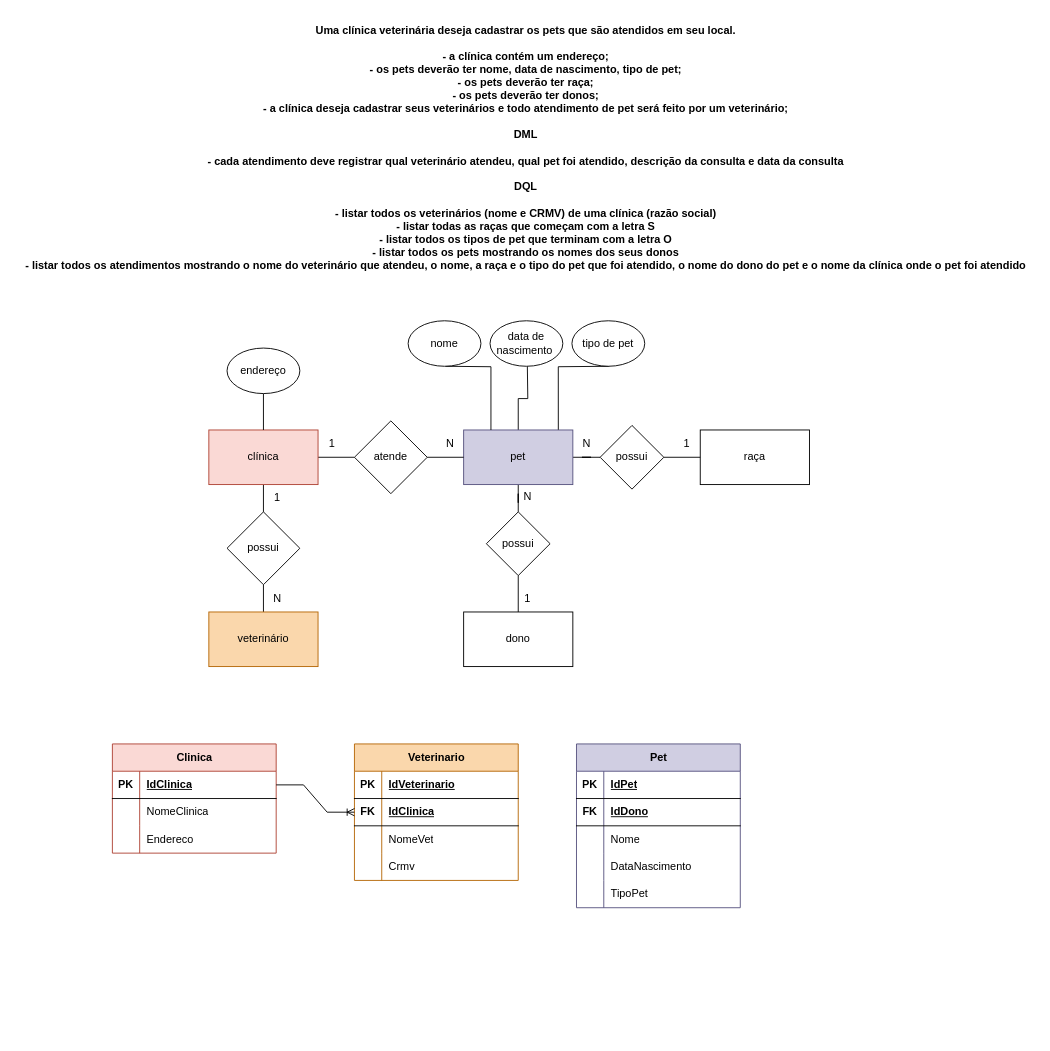
Before: exercícios/25.07/1.3/1.3 veterinaria.drawio in juliaathar/2DM-senai-sprint1-BD, a draw.io diagram. Source tidied: cells renumbered, new cells numbered last; positions are measured from the earlier drawing's top-left corner, leaving out a move shared by most shapes. Both pictures are drawn from the tidied source at 91%, with x=0, y=0 at pixel (15, 15).
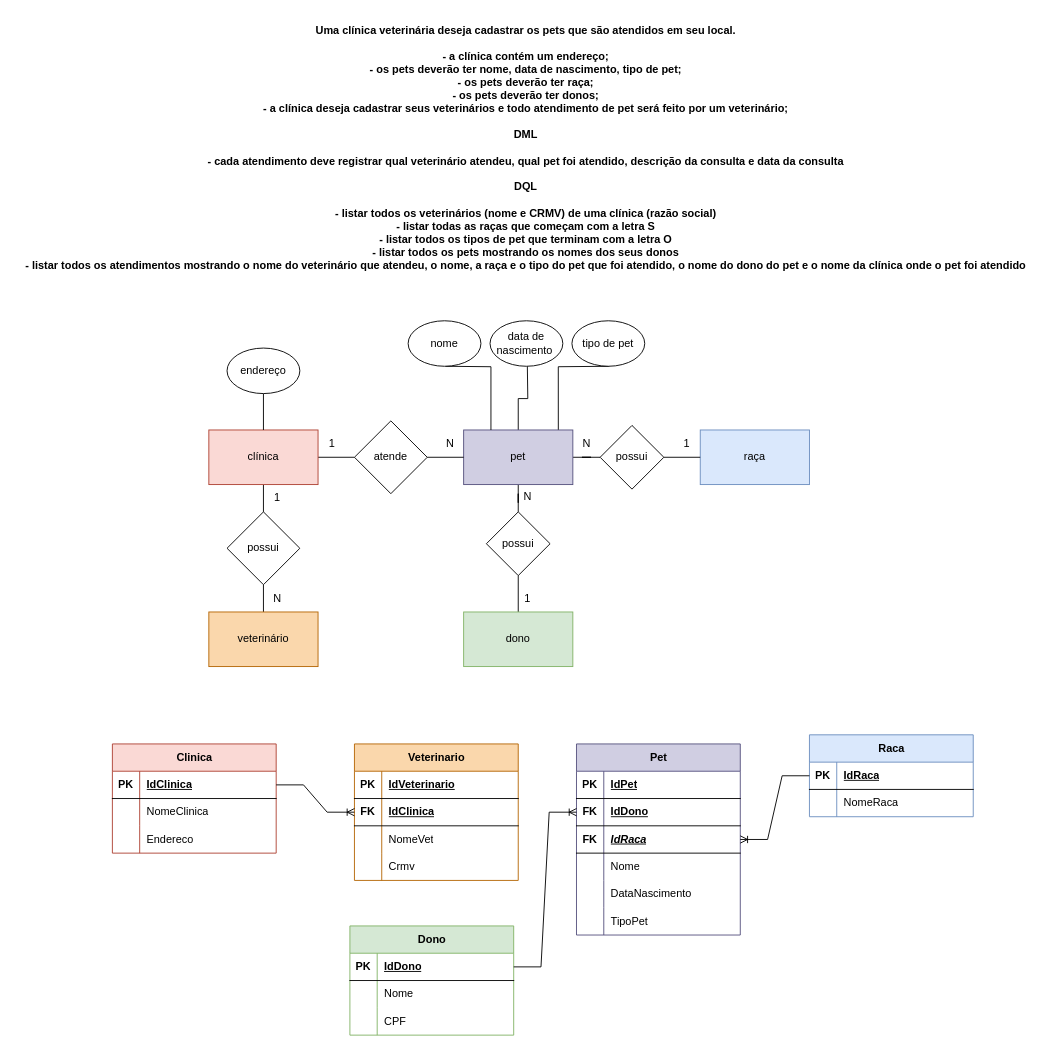
The same page after the edit.

Unchanged cells that the change refers to:
```xml
<mxCell id="63" style="shape=tableRow;horizontal=0;startSize=0;swimlaneHead=0;swimlaneBody=0;fillColor=none;points=[[0,0.5],[1,0.5]];portConstraint=eastwest;top=0;left=0;right=0;bottom=1;" parent="59" vertex="1">
  <mxGeometry y="60" width="180" height="30" as="geometry" />
</mxCell>
```

What changed in the source:
```diff
@@
-    <mxCell id="17" value="raça" style="rounded=0;whiteSpace=wrap;html=1;" parent="1" vertex="1">
+    <mxCell id="17" value="raça" style="rounded=0;whiteSpace=wrap;html=1;fillColor=#dae8fc;strokeColor=#6c8ebf;" parent="1" vertex="1">
       <mxGeometry x="752" y="455" width="120" height="60" as="geometry" />
     </mxCell>
@@
-    <mxCell id="33" value="dono" style="rounded=0;whiteSpace=wrap;html=1;" parent="1" vertex="1">
+    <mxCell id="33" value="dono" style="rounded=0;whiteSpace=wrap;html=1;fillColor=#d5e8d4;strokeColor=#82b366;" parent="1" vertex="1">
       <mxGeometry x="492" y="655" width="120" height="60" as="geometry" />
     </mxCell>
@@
     <mxCell id="59" value="Pet" style="shape=table;startSize=30;childLayout=tableLayout;rowLines=0;fontStyle=1;align=center;html=1;fillColor=#d0cee2;strokeColor=#56517e;" parent="1" vertex="1">
-      <mxGeometry x="616" y="800" width="180" height="180" as="geometry" />
+      <mxGeometry x="616" y="800" width="180" height="210" as="geometry" />
     </mxCell>
@@
+    <mxCell id="76" style="shape=tableRow;horizontal=0;startSize=0;swimlaneHead=0;swimlaneBody=0;fillColor=none;points=[[0,0.5],[1,0.5]];portConstraint=eastwest;top=0;left=0;right=0;bottom=1;" parent="59" vertex="1">
+      <mxGeometry y="90" width="180" height="30" as="geometry" />
+    </mxCell>
+    <mxCell id="77" value="FK" style="shape=partialRectangle;fillColor=none;top=0;left=0;bottom=0;right=0;fontStyle=1;overflow=hidden;whiteSpace=wrap;html=1;" parent="76" vertex="1">
+      <mxGeometry width="30" height="30" as="geometry" />
+    </mxCell>
+    <mxCell id="78" value="&lt;i&gt;IdRaca&lt;/i&gt;" style="shape=partialRectangle;fillColor=none;top=0;left=0;bottom=0;right=0;align=left;spacingLeft=6;fontStyle=5;overflow=hidden;whiteSpace=wrap;html=1;" parent="76" vertex="1">
+      <mxGeometry x="30" width="150" height="30" as="geometry" />
+    </mxCell>
     <mxCell id="66" style="shape=tableRow;horizontal=0;startSize=0;swimlaneHead=0;swimlaneBody=0;fillColor=none;top=0;left=0;right=0;bottom=0;" parent="59" vertex="1">
-      <mxGeometry y="90" width="180" height="30" as="geometry" />
+      <mxGeometry y="120" width="180" height="30" as="geometry" />
     </mxCell>
@@
     <mxCell id="69" style="shape=tableRow;horizontal=0;startSize=0;swimlaneHead=0;swimlaneBody=0;fillColor=none;top=0;left=0;right=0;bottom=0;" parent="59" vertex="1">
-      <mxGeometry y="120" width="180" height="30" as="geometry" />
+      <mxGeometry y="150" width="180" height="30" as="geometry" />
     </mxCell>
@@
     <mxCell id="72" style="shape=tableRow;horizontal=0;startSize=0;swimlaneHead=0;swimlaneBody=0;fillColor=none;top=0;left=0;right=0;bottom=0;" parent="59" vertex="1">
-      <mxGeometry y="150" width="180" height="30" as="geometry" />
+      <mxGeometry y="180" width="180" height="30" as="geometry" />
     </mxCell>
@@
+    <mxCell id="79" value="Raca" style="shape=table;startSize=30;childLayout=tableLayout;rowLines=0;fontStyle=1;align=center;html=1;fillColor=#dae8fc;strokeColor=#6c8ebf;" parent="1" vertex="1">
+      <mxGeometry x="872" y="790" width="180" height="90" as="geometry" />
+    </mxCell>
+    <mxCell id="80" style="shape=tableRow;horizontal=0;startSize=0;swimlaneHead=0;swimlaneBody=0;fillColor=none;points=[[0,0.5],[1,0.5]];portConstraint=eastwest;top=0;left=0;right=0;bottom=1;" parent="79" vertex="1">
+      <mxGeometry y="30" width="180" height="30" as="geometry" />
+    </mxCell>
+    <mxCell id="81" value="PK" style="shape=partialRectangle;fillColor=none;top=0;left=0;bottom=0;right=0;fontStyle=1;overflow=hidden;whiteSpace=wrap;html=1;" parent="80" vertex="1">
+      <mxGeometry width="30" height="30" as="geometry" />
+    </mxCell>
+    <mxCell id="82" value="IdRaca" style="shape=partialRectangle;fillColor=none;top=0;left=0;bottom=0;right=0;align=left;spacingLeft=6;fontStyle=5;overflow=hidden;whiteSpace=wrap;html=1;" parent="80" vertex="1">
+      <mxGeometry x="30" width="150" height="30" as="geometry" />
+    </mxCell>
+    <mxCell id="83" style="shape=tableRow;horizontal=0;startSize=0;swimlaneHead=0;swimlaneBody=0;fillColor=none;top=0;left=0;right=0;bottom=0;" parent="79" vertex="1">
+      <mxGeometry y="60" width="180" height="30" as="geometry" />
+    </mxCell>
+    <mxCell id="84" style="shape=partialRectangle;fillColor=none;top=0;left=0;bottom=0;right=0;overflow=hidden;whiteSpace=wrap;html=1;" parent="83" vertex="1">
+      <mxGeometry width="30" height="30" as="geometry" />
+    </mxCell>
+    <mxCell id="85" value="NomeRaca" style="shape=partialRectangle;fillColor=none;top=0;left=0;bottom=0;right=0;align=left;spacingLeft=6;overflow=hidden;whiteSpace=wrap;html=1;" parent="83" vertex="1">
+      <mxGeometry x="30" width="150" height="30" as="geometry" />
+    </mxCell>
+    <mxCell id="86" value="Dono" style="shape=table;startSize=30;childLayout=tableLayout;rowLines=0;fontStyle=1;align=center;html=1;fillColor=#d5e8d4;strokeColor=#82b366;" parent="1" vertex="1">
+      <mxGeometry x="367" y="1000" width="180" height="120" as="geometry" />
+    </mxCell>
+    <mxCell id="87" style="shape=tableRow;horizontal=0;startSize=0;swimlaneHead=0;swimlaneBody=0;fillColor=none;points=[[0,0.5],[1,0.5]];portConstraint=eastwest;top=0;left=0;right=0;bottom=1;" parent="86" vertex="1">
+      <mxGeometry y="30" width="180" height="30" as="geometry" />
+    </mxCell>
+    <mxCell id="88" value="PK" style="shape=partialRectangle;fillColor=none;top=0;left=0;bottom=0;right=0;fontStyle=1;overflow=hidden;whiteSpace=wrap;html=1;" parent="87" vertex="1">
+      <mxGeometry width="30" height="30" as="geometry" />
+    </mxCell>
+    <mxCell id="89" value="IdDono" style="shape=partialRectangle;fillColor=none;top=0;left=0;bottom=0;right=0;align=left;spacingLeft=6;fontStyle=5;overflow=hidden;whiteSpace=wrap;html=1;" parent="87" vertex="1">
+      <mxGeometry x="30" width="150" height="30" as="geometry" />
+    </mxCell>
+    <mxCell id="90" style="shape=tableRow;horizontal=0;startSize=0;swimlaneHead=0;swimlaneBody=0;fillColor=none;top=0;left=0;right=0;bottom=0;" parent="86" vertex="1">
+      <mxGeometry y="60" width="180" height="30" as="geometry" />
+    </mxCell>
+    <mxCell id="91" style="shape=partialRectangle;fillColor=none;top=0;left=0;bottom=0;right=0;overflow=hidden;whiteSpace=wrap;html=1;" parent="90" vertex="1">
+      <mxGeometry width="30" height="30" as="geometry" />
+    </mxCell>
+    <mxCell id="92" value="Nome" style="shape=partialRectangle;fillColor=none;top=0;left=0;bottom=0;right=0;align=left;spacingLeft=6;overflow=hidden;whiteSpace=wrap;html=1;" parent="90" vertex="1">
+      <mxGeometry x="30" width="150" height="30" as="geometry" />
+    </mxCell>
+    <mxCell id="93" style="shape=tableRow;horizontal=0;startSize=0;swimlaneHead=0;swimlaneBody=0;fillColor=none;top=0;left=0;right=0;bottom=0;" parent="86" vertex="1">
+      <mxGeometry y="90" width="180" height="30" as="geometry" />
+    </mxCell>
+    <mxCell id="94" style="shape=partialRectangle;fillColor=none;top=0;left=0;bottom=0;right=0;overflow=hidden;whiteSpace=wrap;html=1;" parent="93" vertex="1">
+      <mxGeometry width="30" height="30" as="geometry" />
+    </mxCell>
+    <mxCell id="95" value="CPF" style="shape=partialRectangle;fillColor=none;top=0;left=0;bottom=0;right=0;align=left;spacingLeft=6;overflow=hidden;whiteSpace=wrap;html=1;" parent="93" vertex="1">
+      <mxGeometry x="30" width="150" height="30" as="geometry" />
+    </mxCell>
+    <mxCell id="96" style="edgeStyle=entityRelationEdgeStyle;fontSize=12;html=1;endArrow=ERoneToMany;rounded=0;entryX=1;entryY=0.5;entryDx=0;entryDy=0;exitX=0;exitY=0.5;exitDx=0;exitDy=0;" parent="1" edge="1" source="80" target="76">
+      <mxGeometry relative="1" as="geometry" />
+    </mxCell>
+    <mxCell id="97" style="edgeStyle=entityRelationEdgeStyle;fontSize=12;html=1;endArrow=ERoneToMany;rounded=0;exitX=1;exitY=0.5;exitDx=0;exitDy=0;entryX=0;entryY=0.5;entryDx=0;entryDy=0;" parent="1" edge="1" source="87" target="63">
+      <mxGeometry relative="1" as="geometry" />
+    </mxCell>
```
